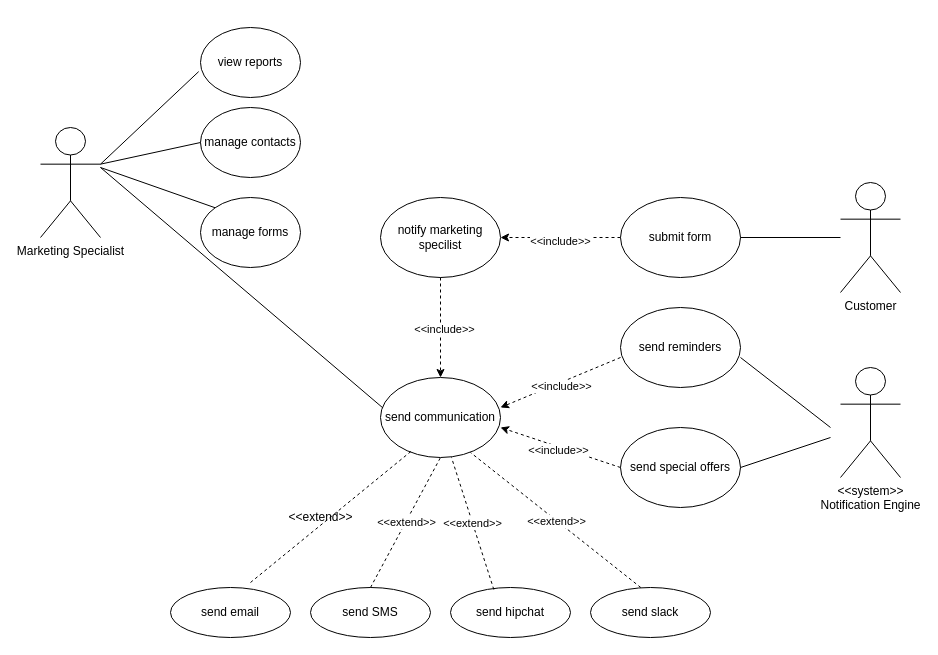
Before: Untitled Diagram.drawio in valerie035/MarketingSystemBottegaVW, a draw.io diagram. Source tidied: cells renumbered, new cells numbered last; positions are measured from the earlier drawing's top-left corner, leaving out a move shared by most shapes. Both pictures are drawn from the tidied source at 100%, with x=0, y=0 at pixel (40, 27).
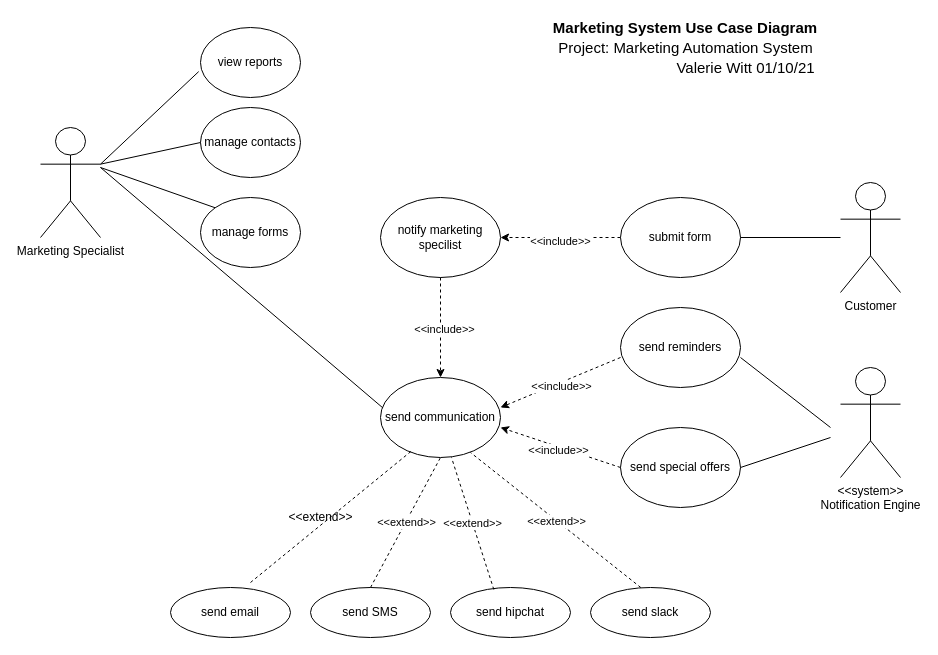
After the change.

The edit, as a diff of the source:
```diff
@@
+    <mxCell id="40" value="Marketing System Use Case Diagram" style="text;html=1;strokeColor=none;fillColor=none;align=center;verticalAlign=middle;whiteSpace=wrap;rounded=0;fontStyle=1;fontSize=15;" parent="1" vertex="1">
+      <mxGeometry x="510" y="-10" width="270" height="20" as="geometry" />
+    </mxCell>
+    <mxCell id="41" value="Project: Marketing Automation System" style="text;html=1;align=center;verticalAlign=middle;fontSize=15;" parent="1" vertex="1">
+      <mxGeometry x="510" y="10" width="270" height="20" as="geometry" />
+    </mxCell>
+    <mxCell id="42" value="Valerie Witt 01/10/21" style="text;html=1;align=center;verticalAlign=middle;fontSize=15;" parent="1" vertex="1">
+      <mxGeometry x="630" y="30" width="150" height="20" as="geometry" />
+    </mxCell>
```
